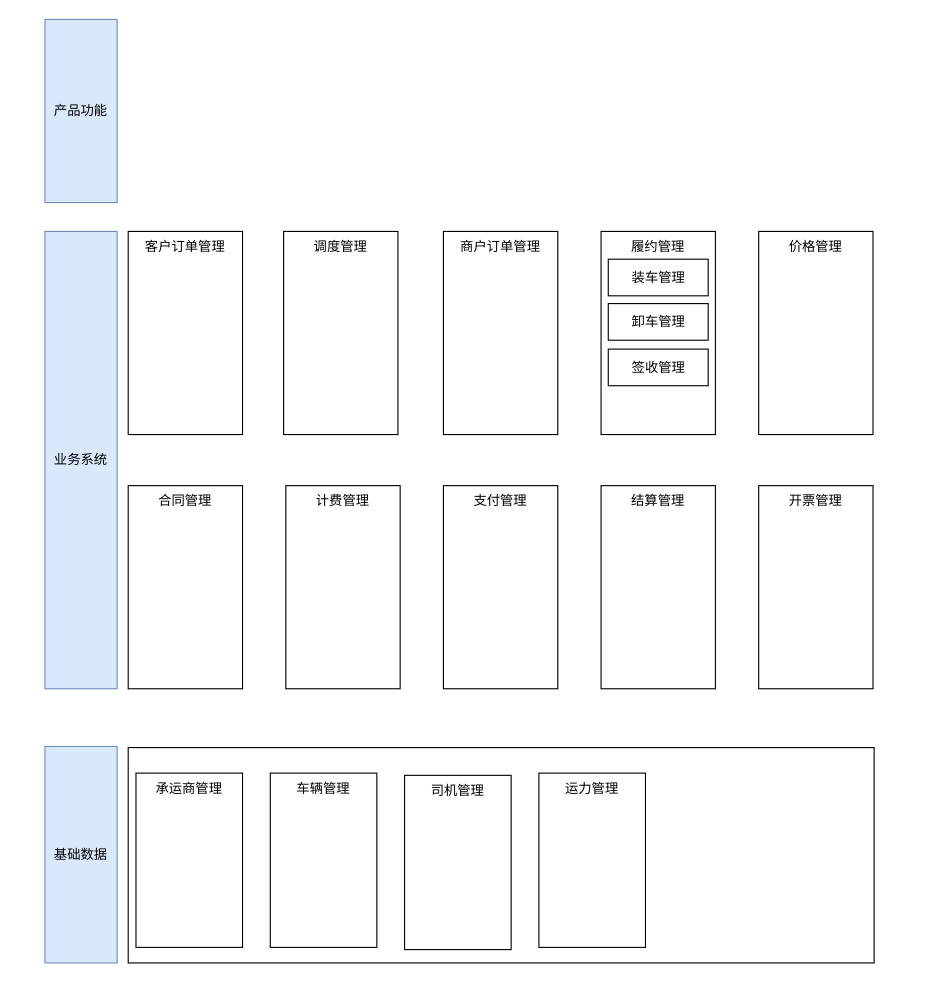
Above: page "物流模块图" (14 of 14) of docs/自营重构2.drawio in lokiworks/codebase (draw.io), before the change. Source tidied: cells renumbered, new cells numbered last; positions are measured from the earlier drawing's top-left corner, leaving out a move shared by most shapes. Both pictures are drawn from the tidied source at 111%, with x=0, y=0 at pixel (44, 19).
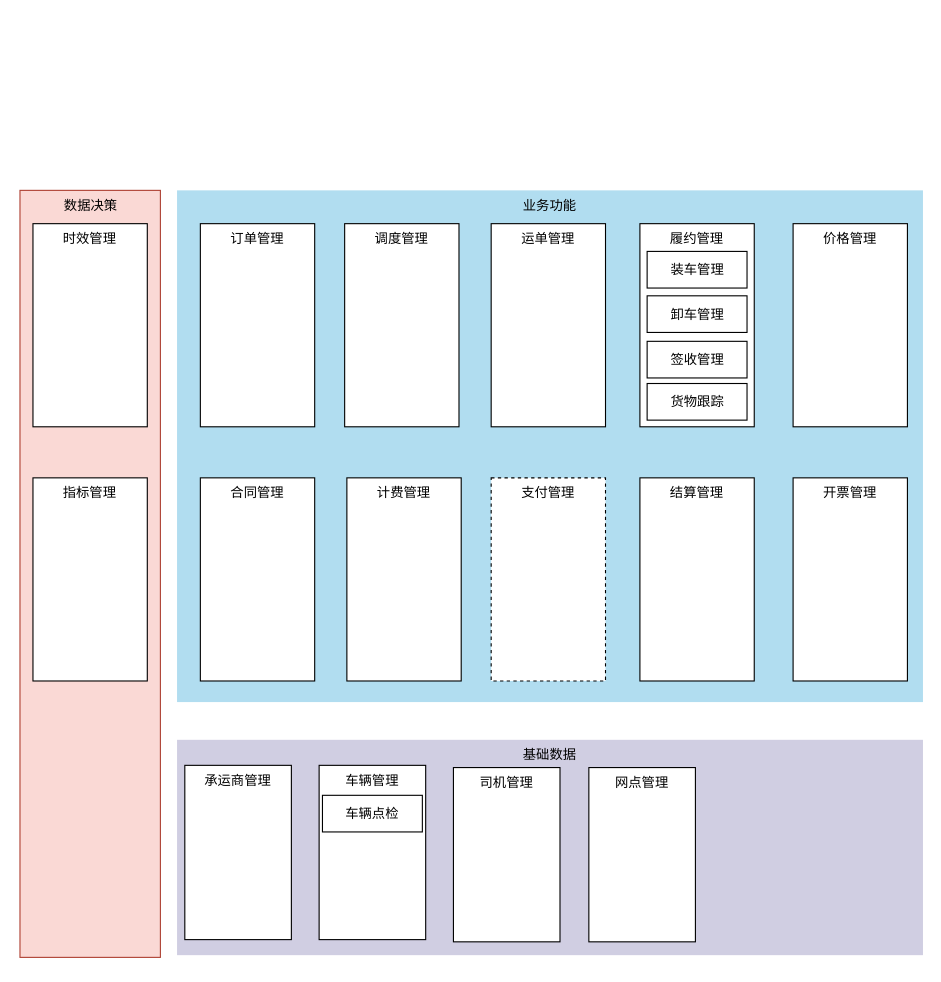
The same page after the edit.

Diff of the diagram source:
```diff
@@
+    <mxCell id="23" value="业务功能" style="rounded=0;whiteSpace=wrap;html=1;strokeColor=none;fillColor=#b1ddf0;verticalAlign=top;" parent="1" vertex="1">
+      <mxGeometry x="119" y="154" width="672" height="461" as="geometry" />
+    </mxCell>
-    <mxCell id="2" value="客户订单管理" style="rounded=0;whiteSpace=wrap;html=1;strokeColor=default;verticalAlign=top;" parent="1" vertex="1">
-      <mxGeometry x="75" y="191" width="103" height="183" as="geometry" />
+    <mxCell id="2" value="订单管理" style="rounded=0;whiteSpace=wrap;html=1;strokeColor=default;verticalAlign=top;" parent="1" vertex="1">
+      <mxGeometry x="140" y="184" width="103" height="183" as="geometry" />
     </mxCell>
-    <mxCell id="3" value="商户订单管理" style="rounded=0;whiteSpace=wrap;html=1;strokeColor=default;verticalAlign=top;" parent="1" vertex="1">
-      <mxGeometry x="359" y="191" width="103" height="183" as="geometry" />
+    <mxCell id="3" value="运单管理" style="rounded=0;whiteSpace=wrap;html=1;strokeColor=default;verticalAlign=top;" parent="1" vertex="1">
+      <mxGeometry x="402" y="184" width="103" height="183" as="geometry" />
     </mxCell>
     <mxCell id="4" value="调度管理" style="rounded=0;whiteSpace=wrap;html=1;strokeColor=default;verticalAlign=top;" parent="1" vertex="1">
-      <mxGeometry x="215" y="191" width="103" height="183" as="geometry" />
+      <mxGeometry x="270" y="184" width="103" height="183" as="geometry" />
     </mxCell>
     <mxCell id="5" value="履约管理" style="rounded=0;whiteSpace=wrap;html=1;strokeColor=default;verticalAlign=top;" parent="1" vertex="1">
-      <mxGeometry x="501" y="191" width="103" height="183" as="geometry" />
+      <mxGeometry x="536" y="184" width="103" height="183" as="geometry" />
     </mxCell>
     <mxCell id="6" value="结算管理" style="rounded=0;whiteSpace=wrap;html=1;strokeColor=default;verticalAlign=top;" parent="1" vertex="1">
-      <mxGeometry x="501" y="420" width="103" height="183" as="geometry" />
+      <mxGeometry x="536" y="413" width="103" height="183" as="geometry" />
     </mxCell>
     <mxCell id="7" value="合同管理" style="rounded=0;whiteSpace=wrap;html=1;strokeColor=default;verticalAlign=top;" parent="1" vertex="1">
-      <mxGeometry x="75" y="420" width="103" height="183" as="geometry" />
+      <mxGeometry x="140" y="413" width="103" height="183" as="geometry" />
     </mxCell>
     <mxCell id="8" value="计费管理" style="rounded=0;whiteSpace=wrap;html=1;strokeColor=default;verticalAlign=top;" parent="1" vertex="1">
-      <mxGeometry x="217" y="420" width="103" height="183" as="geometry" />
+      <mxGeometry x="272" y="413" width="103" height="183" as="geometry" />
     </mxCell>
-    <mxCell id="9" value="支付管理" style="rounded=0;whiteSpace=wrap;html=1;strokeColor=default;verticalAlign=top;" parent="1" vertex="1">
-      <mxGeometry x="359" y="420" width="103" height="183" as="geometry" />
+    <mxCell id="9" value="支付管理" style="rounded=0;whiteSpace=wrap;html=1;strokeColor=default;verticalAlign=top;dashed=1;" parent="1" vertex="1">
+      <mxGeometry x="402" y="413" width="103" height="183" as="geometry" />
     </mxCell>
     <mxCell id="10" value="开票管理" style="rounded=0;whiteSpace=wrap;html=1;strokeColor=default;verticalAlign=top;" parent="1" vertex="1">
-      <mxGeometry x="643" y="420" width="103" height="183" as="geometry" />
+      <mxGeometry x="674" y="413" width="103" height="183" as="geometry" />
     </mxCell>
-    <mxCell id="11" style="rounded=0;whiteSpace=wrap;html=1;strokeColor=default;" parent="1" vertex="1">
-      <mxGeometry x="75" y="656" width="672" height="194" as="geometry" />
+    <mxCell id="11" value="基础数据" style="rounded=0;whiteSpace=wrap;html=1;strokeColor=none;fillColor=#d0cee2;verticalAlign=top;" parent="1" vertex="1">
+      <mxGeometry x="119" y="649" width="672" height="194" as="geometry" />
     </mxCell>
-    <mxCell id="12" value="基础数据" style="text;html=1;strokeColor=#6c8ebf;fillColor=#dae8fc;align=center;verticalAlign=middle;whiteSpace=wrap;rounded=0;" parent="1" vertex="1">
-      <mxGeometry y="655" width="65" height="195" as="geometry" />
-    </mxCell>
-    <mxCell id="13" value="业务系统" style="text;html=1;strokeColor=#6c8ebf;fillColor=#dae8fc;align=center;verticalAlign=middle;whiteSpace=wrap;rounded=0;" parent="1" vertex="1">
-      <mxGeometry y="191" width="65" height="412" as="geometry" />
-    </mxCell>
-    <mxCell id="14" value="产品功能" style="text;html=1;strokeColor=#6c8ebf;fillColor=#dae8fc;align=center;verticalAlign=middle;whiteSpace=wrap;rounded=0;" parent="1" vertex="1">
-      <mxGeometry width="65" height="165" as="geometry" />
-    </mxCell>
     <mxCell id="15" value="承运商管理" style="rounded=0;whiteSpace=wrap;html=1;strokeColor=default;verticalAlign=top;" parent="1" vertex="1">
-      <mxGeometry x="82" y="679" width="96" height="157" as="geometry" />
+      <mxGeometry x="126" y="672" width="96" height="157" as="geometry" />
     </mxCell>
     <mxCell id="16" value="价格管理" style="rounded=0;whiteSpace=wrap;html=1;strokeColor=default;verticalAlign=top;" parent="1" vertex="1">
-      <mxGeometry x="643" y="191" width="103" height="183" as="geometry" />
+      <mxGeometry x="674" y="184" width="103" height="183" as="geometry" />
     </mxCell>
     <mxCell id="17" value="装车管理" style="rounded=0;whiteSpace=wrap;html=1;strokeColor=default;" parent="1" vertex="1">
-      <mxGeometry x="507.5" y="216" width="90" height="33" as="geometry" />
+      <mxGeometry x="542.5" y="209" width="90" height="33" as="geometry" />
     </mxCell>
     <mxCell id="18" value="卸车管理" style="rounded=0;whiteSpace=wrap;html=1;strokeColor=default;" parent="1" vertex="1">
-      <mxGeometry x="507.5" y="256" width="90" height="33" as="geometry" />
+      <mxGeometry x="542.5" y="249" width="90" height="33" as="geometry" />
     </mxCell>
     <mxCell id="19" value="签收管理" style="rounded=0;whiteSpace=wrap;html=1;strokeColor=default;" parent="1" vertex="1">
-      <mxGeometry x="507.5" y="297" width="90" height="33" as="geometry" />
+      <mxGeometry x="542.5" y="290" width="90" height="33" as="geometry" />
     </mxCell>
     <mxCell id="20" value="车辆管理" style="rounded=0;whiteSpace=wrap;html=1;strokeColor=default;verticalAlign=top;" parent="1" vertex="1">
-      <mxGeometry x="203" y="679" width="96" height="157" as="geometry" />
+      <mxGeometry x="247" y="672" width="96" height="157" as="geometry" />
     </mxCell>
     <mxCell id="21" value="司机管理" style="rounded=0;whiteSpace=wrap;html=1;strokeColor=default;verticalAlign=top;" parent="1" vertex="1">
-      <mxGeometry x="324" y="681" width="96" height="157" as="geometry" />
+      <mxGeometry x="368" y="674" width="96" height="157" as="geometry" />
     </mxCell>
-    <mxCell id="22" value="运力管理" style="rounded=0;whiteSpace=wrap;html=1;strokeColor=default;verticalAlign=top;" parent="1" vertex="1">
-      <mxGeometry x="445" y="679" width="96" height="157" as="geometry" />
-    </mxCell>
+    <mxCell id="24" value="网点管理" style="rounded=0;whiteSpace=wrap;html=1;strokeColor=default;verticalAlign=top;" parent="1" vertex="1">
+      <mxGeometry x="490" y="674" width="96" height="157" as="geometry" />
+    </mxCell>
+    <mxCell id="25" value="货物跟踪" style="rounded=0;whiteSpace=wrap;html=1;strokeColor=default;" parent="1" vertex="1">
+      <mxGeometry x="542.5" y="328" width="90" height="33" as="geometry" />
+    </mxCell>
+    <mxCell id="26" value="车辆点检" style="rounded=0;whiteSpace=wrap;html=1;strokeColor=default;" parent="1" vertex="1">
+      <mxGeometry x="250" y="699" width="90" height="33" as="geometry" />
+    </mxCell>
+    <mxCell id="27" value="数据决策" style="rounded=0;whiteSpace=wrap;html=1;strokeColor=#ae4132;fillColor=#fad9d5;verticalAlign=top;" parent="1" vertex="1">
+      <mxGeometry x="-22.5" y="154" width="126.5" height="691" as="geometry" />
+    </mxCell>
+    <mxCell id="28" value="时效管理" style="rounded=0;whiteSpace=wrap;html=1;strokeColor=default;verticalAlign=top;" parent="1" vertex="1">
+      <mxGeometry x="-10.8" y="184" width="103" height="183" as="geometry" />
+    </mxCell>
+    <mxCell id="29" value="指标管理" style="rounded=0;whiteSpace=wrap;html=1;strokeColor=default;verticalAlign=top;" parent="1" vertex="1">
+      <mxGeometry x="-10.8" y="413" width="103" height="183" as="geometry" />
+    </mxCell>
```
